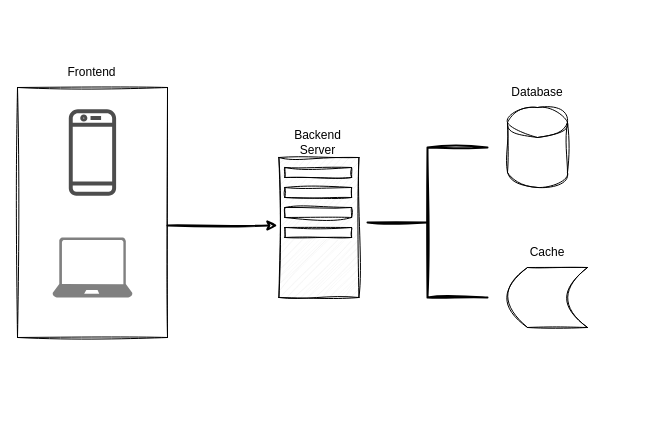
Above: web-application-service.drawio in NalediMadlopha/system-design-diagram (draw.io), before the change. Source tidied: cells renumbered, new cells numbered last; positions are measured from the earlier drawing's top-left corner, leaving out a move shared by most shapes. Both pictures are drawn from the tidied source at 100%, with x=0, y=0 at pixel (17, 17).
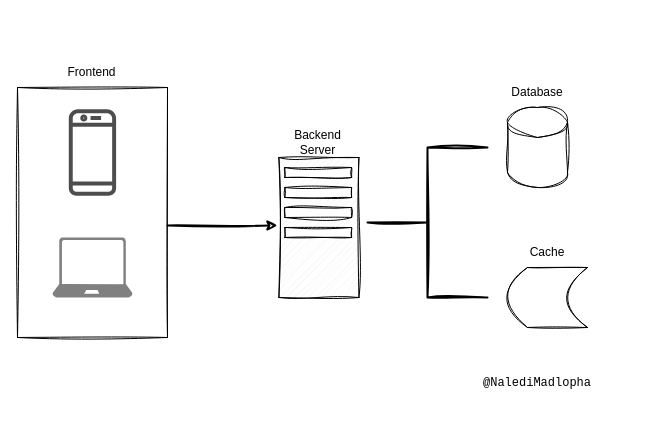
The same page after the edit.

What changed in the source:
```diff
@@
+    <mxCell id="25" value="&lt;div style=&quot;font-size: 12px;&quot;&gt;&lt;blockquote style=&quot;font-size: 12px;&quot;&gt;&lt;font style=&quot;font-size: 12px;&quot; face=&quot;Courier New&quot;&gt;@NalediMadlopha&lt;/font&gt;&lt;/blockquote&gt;&lt;/div&gt;" style="text;html=1;strokeColor=none;fillColor=none;align=center;verticalAlign=middle;whiteSpace=wrap;rounded=0;fontSize=12;fontFamily=Helvetica;fontColor=default;sketch=1;curveFitting=1;jiggle=2;fillOpacity=100;" parent="1" vertex="1">
+      <mxGeometry x="460" y="350" width="120" height="30" as="geometry" />
+    </mxCell>
```
